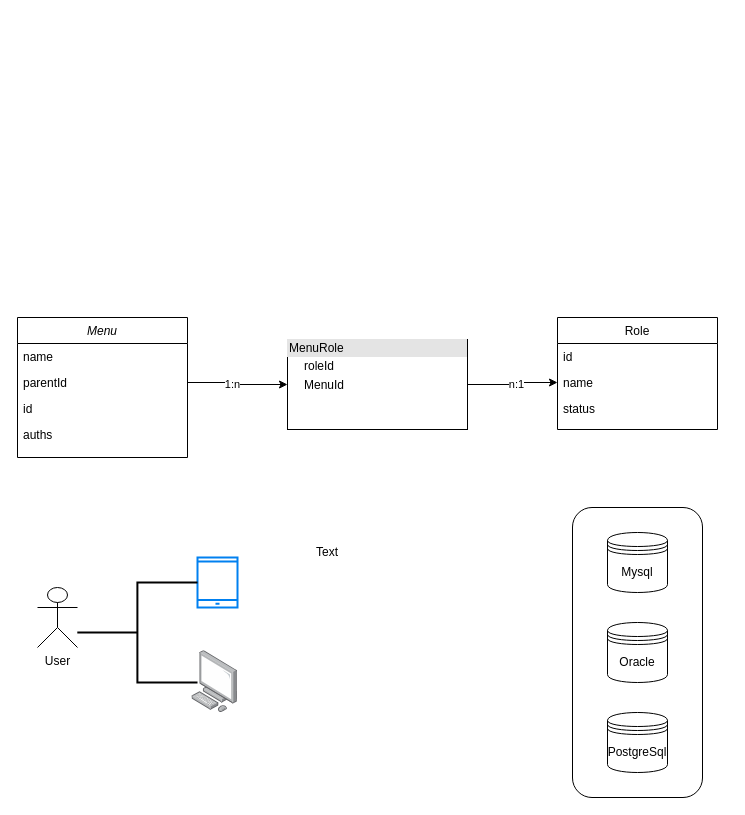
Above: 未命名绘图.drawio in marc123gg/vue-zen-admin (draw.io), before the change. Source tidied: cells renumbered, new cells numbered last; positions are measured from the earlier drawing's top-left corner, leaving out a move shared by most shapes. Both pictures are drawn from the tidied source at 100%, with x=0, y=0 at pixel (17, 317).
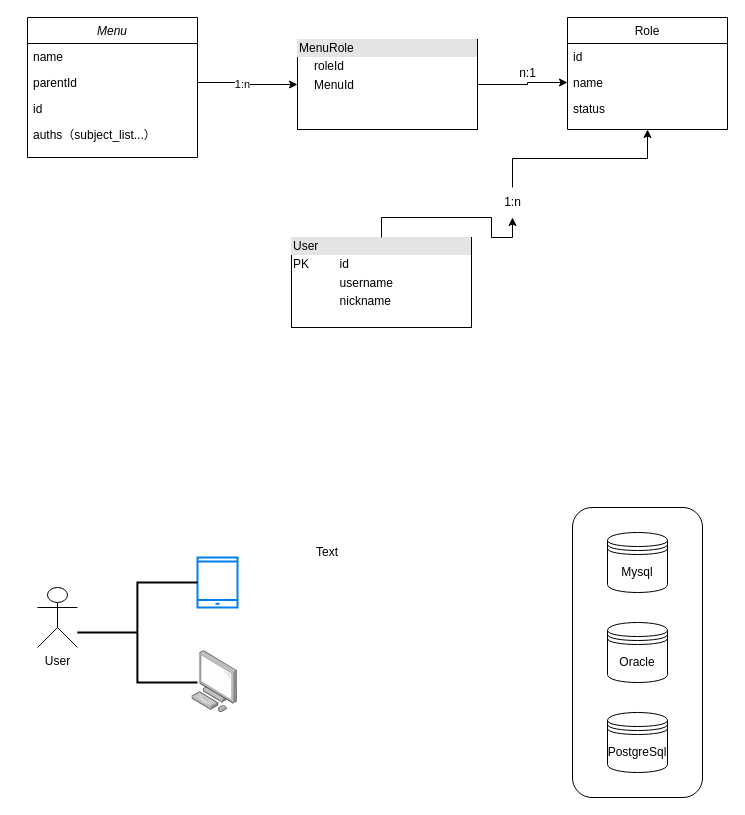
After the change.

Unchanged cells that the change refers to:
```xml
<mxCell id="9" value="name" style="text;align=left;verticalAlign=top;spacingLeft=4;spacingRight=4;overflow=hidden;points=[[0,0.5],[1,0.5]];portConstraint=eastwest;rounded=0;shadow=0;html=0;" parent="7" vertex="1">
  <mxGeometry y="52" width="160" height="26" as="geometry" />
</mxCell>
```

Change to the diagram source:
```diff
@@
     <mxCell id="2" value="Menu" style="swimlane;fontStyle=2;align=center;verticalAlign=top;horizontal=1;startSize=26;rounded=0;shadow=0;strokeWidth=1;" parent="1" vertex="1">
-      <mxGeometry width="170" height="140" as="geometry" />
+      <mxGeometry x="10" y="-300" width="170" height="140" as="geometry" />
     </mxCell>
@@
-    <mxCell id="6" value="auths" style="text;align=left;verticalAlign=top;spacingLeft=4;spacingRight=4;overflow=hidden;rounded=0;shadow=0;html=0;" parent="2" vertex="1">
+    <mxCell id="6" value="auths（subject_list...）" style="text;align=left;verticalAlign=top;spacingLeft=4;spacingRight=4;overflow=hidden;rounded=0;shadow=0;html=0;" parent="2" vertex="1">
       <mxGeometry y="104" width="170" height="26" as="geometry" />
     </mxCell>
     <mxCell id="7" value="Role" style="swimlane;fontStyle=0;align=center;verticalAlign=top;horizontal=1;startSize=26;rounded=0;shadow=0;strokeWidth=1;" parent="1" vertex="1">
-      <mxGeometry x="540" width="160" height="112" as="geometry" />
+      <mxGeometry x="550" y="-300" width="160" height="112" as="geometry" />
     </mxCell>
@@
     <mxCell id="11" style="edgeStyle=orthogonalEdgeStyle;rounded=0;jettySize=auto;html=1;exitX=1;exitY=0.5;exitDx=0;exitDy=0;entryX=0;entryY=0.5;entryDx=0;entryDy=0;" parent="1" edge="1" source="13" target="9">
-      <mxGeometry relative="1" as="geometry" />
+      <mxGeometry relative="1" as="geometry">
+        <Array as="points">
+          <mxPoint x="510" y="-233" />
+          <mxPoint x="510" y="-235" />
+        </Array>
+      </mxGeometry>
     </mxCell>
-    <mxCell id="12" value="n:1" style="edgeLabel;html=1;align=center;verticalAlign=middle;" parent="11" vertex="1">
-      <mxGeometry x="0.09" y="-1" relative="1" as="geometry" />
-    </mxCell>
     <mxCell id="13" value="&lt;div style=&quot;box-sizing:border-box;width:100%;background:#e4e4e4;padding:2px;&quot;&gt;MenuRole&lt;/div&gt;&lt;table style=&quot;width:100%;font-size:1em;&quot; cellpadding=&quot;2&quot; cellspacing=&quot;0&quot;&gt;&lt;tbody&gt;&lt;tr&gt;&lt;td&gt;&lt;br&gt;&lt;/td&gt;&lt;td&gt;roleId&lt;/td&gt;&lt;/tr&gt;&lt;tr&gt;&lt;td&gt;&lt;/td&gt;&lt;td&gt;MenuId&lt;/td&gt;&lt;/tr&gt;&lt;tr&gt;&lt;td&gt;&lt;/td&gt;&lt;td&gt;&lt;br&gt;&lt;/td&gt;&lt;/tr&gt;&lt;/tbody&gt;&lt;/table&gt;" style="verticalAlign=top;align=left;overflow=fill;html=1;whiteSpace=wrap;" parent="1" vertex="1">
-      <mxGeometry x="270" y="22" width="180" height="90" as="geometry" />
+      <mxGeometry x="280" y="-278" width="180" height="90" as="geometry" />
     </mxCell>
@@
+    <mxCell id="25" style="edgeStyle=orthogonalEdgeStyle;rounded=0;jettySize=auto;html=1;exitX=0.5;exitY=0;exitDx=0;exitDy=0;entryX=0.5;entryY=1;entryDx=0;entryDy=0;" parent="1" edge="1" source="28" target="7">
+      <mxGeometry relative="1" as="geometry" />
+    </mxCell>
+    <mxCell id="26" value="&lt;div style=&quot;box-sizing:border-box;width:100%;background:#e4e4e4;padding:2px;&quot;&gt;User&lt;/div&gt;&lt;table style=&quot;width:100%;font-size:1em;&quot; cellpadding=&quot;2&quot; cellspacing=&quot;0&quot;&gt;&lt;tbody&gt;&lt;tr&gt;&lt;td&gt;PK&lt;/td&gt;&lt;td&gt;id&lt;/td&gt;&lt;/tr&gt;&lt;tr&gt;&lt;td&gt;&lt;br&gt;&lt;/td&gt;&lt;td&gt;username&lt;/td&gt;&lt;/tr&gt;&lt;tr&gt;&lt;td&gt;&lt;/td&gt;&lt;td&gt;nickname&lt;/td&gt;&lt;/tr&gt;&lt;/tbody&gt;&lt;/table&gt;" style="verticalAlign=top;align=left;overflow=fill;html=1;whiteSpace=wrap;" parent="1" vertex="1">
+      <mxGeometry x="274" y="-80" width="180" height="90" as="geometry" />
+    </mxCell>
+    <mxCell id="27" style="edgeStyle=orthogonalEdgeStyle;rounded=0;jettySize=auto;html=1;exitX=0.5;exitY=0;exitDx=0;exitDy=0;entryX=0.5;entryY=1;entryDx=0;entryDy=0;" parent="1" edge="1" source="26" target="28">
+      <mxGeometry relative="1" as="geometry" />
+    </mxCell>
+    <mxCell id="28" value="1:n" style="text;html=1;align=center;verticalAlign=middle;points=[];strokeColor=none;fillColor=none;" parent="1" vertex="1">
+      <mxGeometry x="475" y="-130" width="40" height="30" as="geometry" />
+    </mxCell>
+    <mxCell id="12" value="n:1" style="text;html=1;align=center;verticalAlign=middle;strokeColor=none;fillColor=none;" parent="1" vertex="1">
+      <mxGeometry x="490" y="-259" width="40" height="30" as="geometry" />
+    </mxCell>
```
